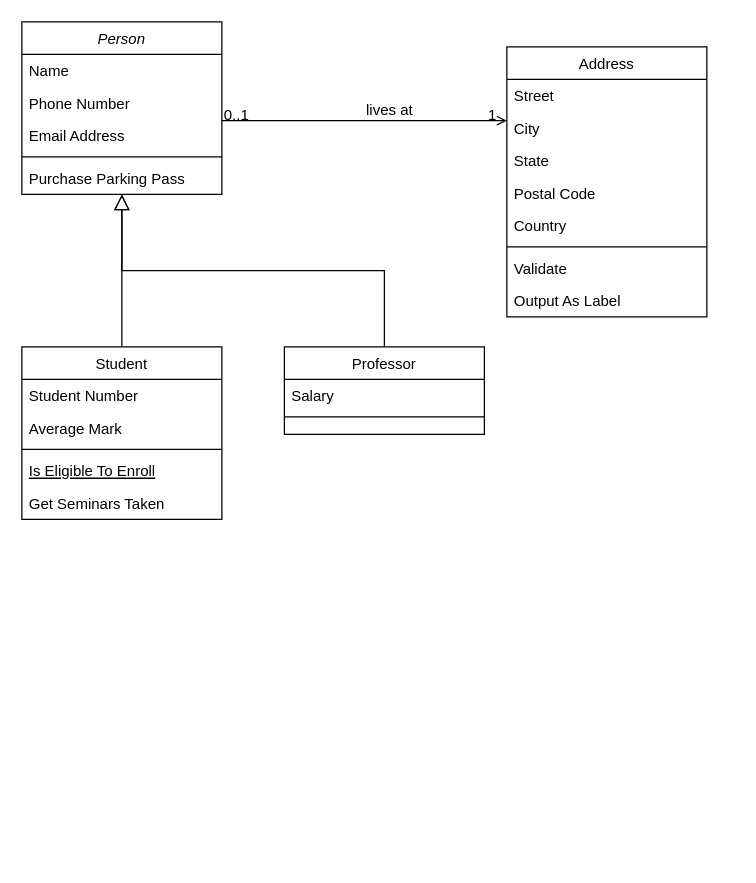
The draw.io diagram Diagrama sem nome.drawio in LeandroSLm/Class-Diagram, before the edit. Source tidied: cells renumbered, new cells numbered last; positions are measured from the earlier drawing's top-left corner, leaving out a move shared by most shapes. Both pictures are drawn from the tidied source at 125%, with x=0, y=0 at pixel (21, 21).
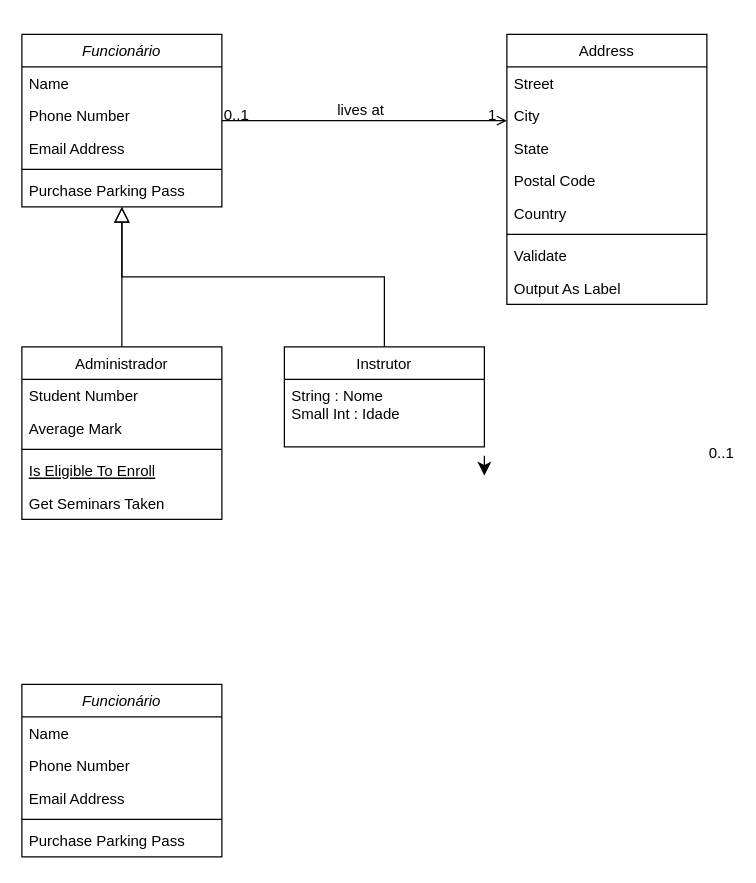
The same page after the edit.

The change refers to these unchanged cells:
```xml
<mxCell id="28" style="endArrow=open;shadow=0;strokeWidth=1;rounded=0;curved=0;endFill=1;edgeStyle=elbowEdgeStyle;elbow=vertical;" parent="1" edge="1" source="2" target="19">
  <mxGeometry x="0.5" y="41" relative="1" as="geometry">
    <mxPoint x="-40" y="32" as="offset" />
  </mxGeometry>
</mxCell>
```

The edit, as a diff of the source:
```diff
@@
-    <mxCell id="2" value="Person" style="swimlane;fontStyle=2;align=center;verticalAlign=top;horizontal=1;startSize=26;rounded=0;shadow=0;strokeWidth=1;" parent="1" vertex="1">
-      <mxGeometry width="160" height="138" as="geometry" />
+    <mxCell id="2" value="Funcionário" style="swimlane;fontStyle=2;align=center;verticalAlign=top;horizontal=1;startSize=26;rounded=0;shadow=0;strokeWidth=1;" parent="1" vertex="1">
+      <mxGeometry y="10" width="160" height="138" as="geometry" />
     </mxCell>
@@
-    <mxCell id="8" value="Student" style="swimlane;fontStyle=0;align=center;verticalAlign=top;horizontal=1;startSize=26;rounded=0;shadow=0;strokeWidth=1;" parent="1" vertex="1">
+    <mxCell id="8" value="Administrador" style="swimlane;fontStyle=0;align=center;verticalAlign=top;horizontal=1;startSize=26;rounded=0;shadow=0;strokeWidth=1;" parent="1" vertex="1">
       <mxGeometry y="260" width="160" height="138" as="geometry" />
     </mxCell>
@@
-    <mxCell id="15" value="Professor" style="swimlane;fontStyle=0;align=center;verticalAlign=top;horizontal=1;startSize=26;rounded=0;shadow=0;strokeWidth=1;" parent="1" vertex="1">
-      <mxGeometry x="210" y="260" width="160" height="70" as="geometry" />
+    <mxCell id="15" value="Instrutor" style="swimlane;fontStyle=0;align=center;verticalAlign=top;horizontal=1;startSize=26;rounded=0;shadow=0;strokeWidth=1;" parent="1" vertex="1">
+      <mxGeometry x="210" y="260" width="160" height="80" as="geometry" />
     </mxCell>
-    <mxCell id="16" value="Salary" style="text;align=left;verticalAlign=top;spacingLeft=4;spacingRight=4;overflow=hidden;" parent="15" vertex="1">
-      <mxGeometry y="26" width="160" height="26" as="geometry" />
+    <mxCell id="16" value="String : Nome&#10;Small Int : Idade&#10;" style="text;align=left;verticalAlign=top;spacingLeft=4;spacingRight=4;overflow=hidden;" parent="15" vertex="1">
+      <mxGeometry y="26" width="160" height="34" as="geometry" />
     </mxCell>
-    <mxCell id="17" style="line;html=1;strokeWidth=1;align=left;verticalAlign=middle;spacingTop=-1;spacingLeft=3;spacingRight=3;labelPosition=right;" parent="15" vertex="1">
-      <mxGeometry y="52" width="160" height="8" as="geometry" />
-    </mxCell>
+    <mxCell id="32" style="edgeStyle=none;curved=1;rounded=0;orthogonalLoop=1;jettySize=auto;html=1;fontSize=12;startSize=8;endSize=8;" parent="15" edge="1">
+      <mxGeometry relative="1" as="geometry">
+        <mxPoint x="160" y="87" as="sourcePoint" />
+        <mxPoint x="160" y="103" as="targetPoint" />
+      </mxGeometry>
+    </mxCell>
@@
     <mxCell id="19" value="Address" style="swimlane;fontStyle=0;align=center;verticalAlign=top;horizontal=1;startSize=26;rounded=0;shadow=0;strokeWidth=1;" parent="1" vertex="1">
-      <mxGeometry x="388" y="20" width="160" height="216" as="geometry" />
+      <mxGeometry x="388" y="10" width="160" height="216" as="geometry" />
     </mxCell>
@@
     <mxCell id="31" value="lives at" style="text;html=1;align=center;verticalAlign=middle;labelBackgroundColor=none;rounded=0;shadow=0;strokeWidth=1;fontSize=12;" parent="28" vertex="1">
       <mxGeometry x="0.5" y="49" relative="1" as="geometry">
-        <mxPoint x="-38" y="40" as="offset" />
+        <mxPoint x="-61" y="40" as="offset" />
       </mxGeometry>
     </mxCell>
+    <mxCell id="33" value="Funcionário&#10;" style="swimlane;fontStyle=2;align=center;verticalAlign=top;horizontal=1;startSize=26;rounded=0;shadow=0;strokeWidth=1;" parent="1" vertex="1">
+      <mxGeometry y="530" width="160" height="138" as="geometry" />
+    </mxCell>
+    <mxCell id="34" value="Name" style="text;align=left;verticalAlign=top;spacingLeft=4;spacingRight=4;overflow=hidden;" parent="33" vertex="1">
+      <mxGeometry y="26" width="160" height="26" as="geometry" />
+    </mxCell>
+    <mxCell id="35" value="Phone Number" style="text;align=left;verticalAlign=top;spacingLeft=4;spacingRight=4;overflow=hidden;rounded=0;shadow=0;html=0;" parent="33" vertex="1">
+      <mxGeometry y="52" width="160" height="26" as="geometry" />
+    </mxCell>
+    <mxCell id="36" value="Email Address" style="text;align=left;verticalAlign=top;spacingLeft=4;spacingRight=4;overflow=hidden;rounded=0;shadow=0;html=0;" parent="33" vertex="1">
+      <mxGeometry y="78" width="160" height="26" as="geometry" />
+    </mxCell>
+    <mxCell id="37" style="line;html=1;strokeWidth=1;align=left;verticalAlign=middle;spacingTop=-1;spacingLeft=3;spacingRight=3;labelPosition=right;" parent="33" vertex="1">
+      <mxGeometry y="104" width="160" height="8" as="geometry" />
+    </mxCell>
+    <mxCell id="38" value="Purchase Parking Pass" style="text;align=left;verticalAlign=top;spacingLeft=4;spacingRight=4;overflow=hidden;" parent="33" vertex="1">
+      <mxGeometry y="112" width="160" height="26" as="geometry" />
+    </mxCell>
+    <mxCell id="39" value="0..1" style="align=left;verticalAlign=bottom;labelBackgroundColor=none;fontSize=12;" parent="1" vertex="1">
+      <mxGeometry x="548" y="353" as="geometry" />
+    </mxCell>
```
